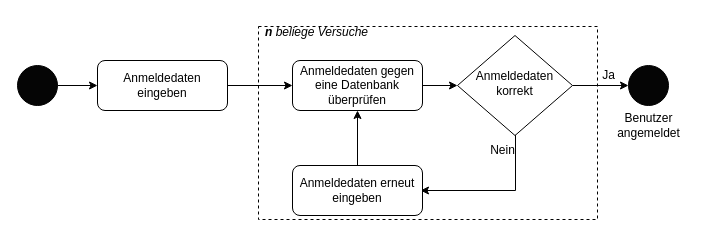
This is Bachelorarbeit/assets/Anmeldeverfahren.drawio from Bruno-Macedo/Praxisbericht_Bacherloarbeit, a draw.io file, before an edit. Source tidied: cells renumbered, new cells numbered last; positions are measured from the earlier drawing's top-left corner, leaving out a move shared by most shapes. Both pictures are drawn from the tidied source at 100%, with x=0, y=0 at pixel (17, 17).
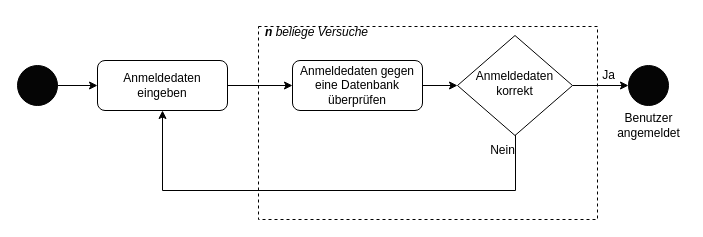
After the change.

The change refers to these unchanged cells:
```xml
<mxCell id="3" value="Anmeldedaten eingeben" style="rounded=1;whiteSpace=wrap;html=1;fontSize=12;glass=0;strokeWidth=1;shadow=0;" parent="1" vertex="1">
  <mxGeometry x="80" y="43" width="130" height="50" as="geometry" />
</mxCell>
<mxCell id="10" value="Anmeldedaten gegen eine Datenbank überprüfen" style="rounded=1;whiteSpace=wrap;html=1;fontSize=12;glass=0;strokeWidth=1;shadow=0;" parent="1" vertex="1">
  <mxGeometry x="275" y="43" width="130" height="50" as="geometry" />
</mxCell>
```

The edit, as a diff of the source:
```diff
@@
+    <mxCell id="17" style="rounded=0;whiteSpace=wrap;html=1;dashed=1;fillColor=none;" parent="1" vertex="1">
+      <mxGeometry x="241" y="9" width="339" height="193" as="geometry" />
+    </mxCell>
@@
-    <mxCell id="5" style="edgeStyle=orthogonalEdgeStyle;rounded=0;orthogonalLoop=1;jettySize=auto;html=1;entryX=1;entryY=0.5;entryDx=0;entryDy=0;" parent="1" edge="1">
+    <mxCell id="5" style="edgeStyle=orthogonalEdgeStyle;rounded=0;jettySize=auto;html=1;entryX=0.5;entryY=1;entryDx=0;entryDy=0;" parent="1" edge="1" target="3">
       <mxGeometry relative="1" as="geometry">
         <mxPoint x="498" y="115.9" as="sourcePoint" />
-        <mxPoint x="403" y="173" as="targetPoint" />
         <Array as="points">
           <mxPoint x="498" y="173" />
+          <mxPoint x="145" y="173" />
         </Array>
       </mxGeometry>
     </mxCell>
@@
-    <mxCell id="14" style="edgeStyle=orthogonalEdgeStyle;rounded=0;jettySize=auto;html=1;" parent="1" edge="1" source="15" target="10">
-      <mxGeometry relative="1" as="geometry" />
-    </mxCell>
-    <mxCell id="15" value="Anmeldedaten erneut eingeben" style="rounded=1;whiteSpace=wrap;html=1;fontSize=12;glass=0;strokeWidth=1;shadow=0;" parent="1" vertex="1">
-      <mxGeometry x="275" y="148" width="130" height="50" as="geometry" />
-    </mxCell>
@@
-    <mxCell id="17" style="rounded=0;whiteSpace=wrap;html=1;dashed=1;fillColor=none;" parent="1" vertex="1">
-      <mxGeometry x="241" y="9" width="339" height="193" as="geometry" />
-    </mxCell>
```
